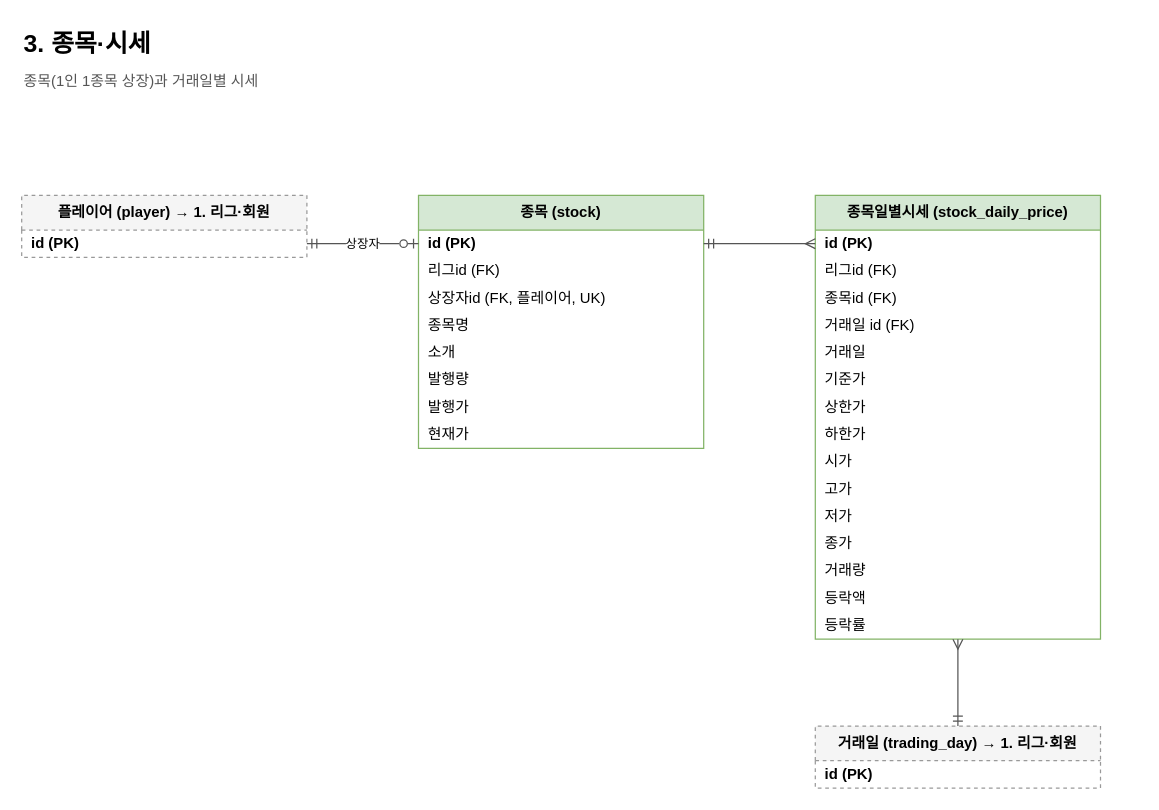
Earlier version of the draw.io diagram page "3. 종목·시세" (4 of 9) of docs/erd/naspi.drawio (JECT-Study/naspi-5th-Server). Source tidied: cells renumbered, new cells numbered last; positions are measured from the earlier drawing's top-left corner, leaving out a move shared by most shapes. Both pictures are drawn from the tidied source at 124%, with x=0, y=0 at pixel (21, 21).
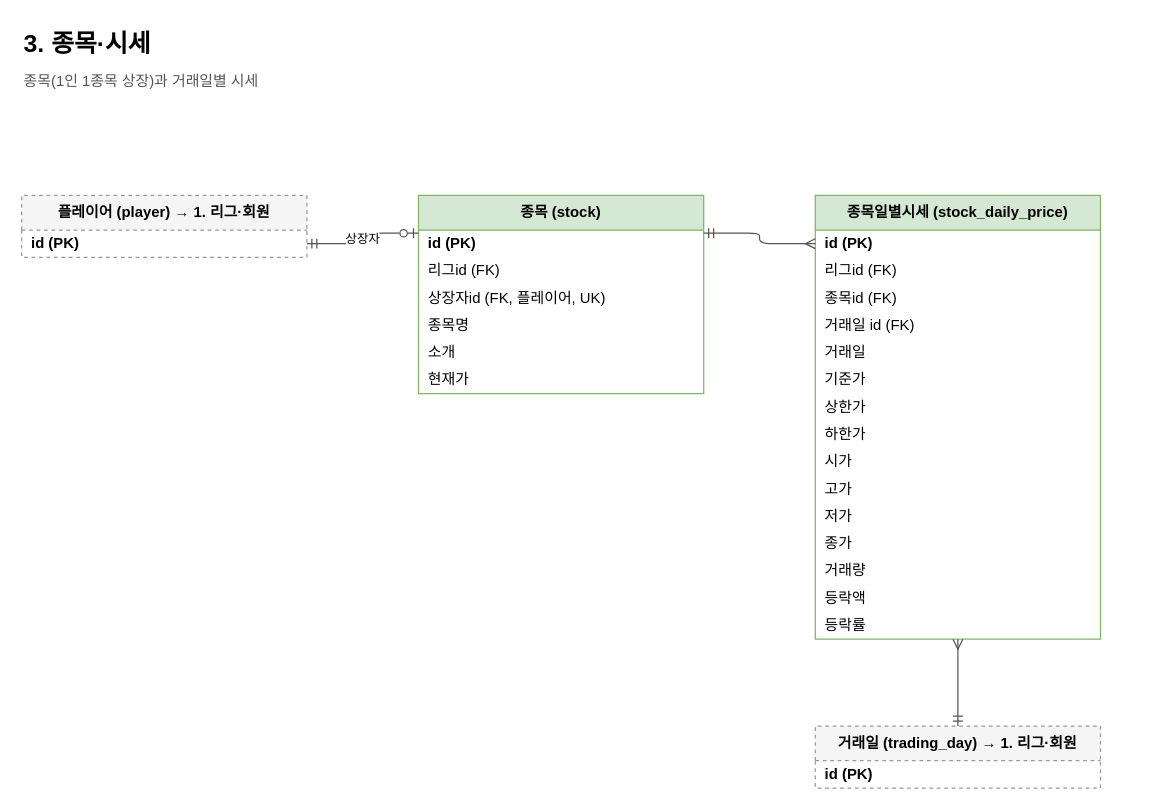
The same diagram, later.

What changed in the source:
```diff
@@
     <mxCell id="2" value="종목 (stock)" style="swimlane;fontStyle=1;horizontal=1;startSize=28;html=1;whiteSpace=wrap;fillColor=#d5e8d4;strokeColor=#82b366;" parent="1" vertex="1">
-      <mxGeometry x="320" y="140" width="230" height="204" as="geometry" />
+      <mxGeometry x="320" y="140" width="230" height="160" as="geometry" />
     </mxCell>
@@
-    <mxCell id="8" value="발행량" style="text;strokeColor=none;fillColor=none;align=left;verticalAlign=middle;spacingLeft=6;overflow=hidden;html=1;" parent="2" vertex="1">
-      <mxGeometry y="138" width="230" height="22" as="geometry" />
-    </mxCell>
-    <mxCell id="9" value="발행가" style="text;strokeColor=none;fillColor=none;align=left;verticalAlign=middle;spacingLeft=6;overflow=hidden;html=1;" parent="2" vertex="1">
-      <mxGeometry y="160" width="230" height="22" as="geometry" />
-    </mxCell>
     <mxCell id="10" value="현재가" style="text;strokeColor=none;fillColor=none;align=left;verticalAlign=middle;spacingLeft=6;overflow=hidden;html=1;" parent="2" vertex="1">
-      <mxGeometry y="182" width="230" height="22" as="geometry" />
+      <mxGeometry y="138" width="230" height="22" as="geometry" />
     </mxCell>
```
